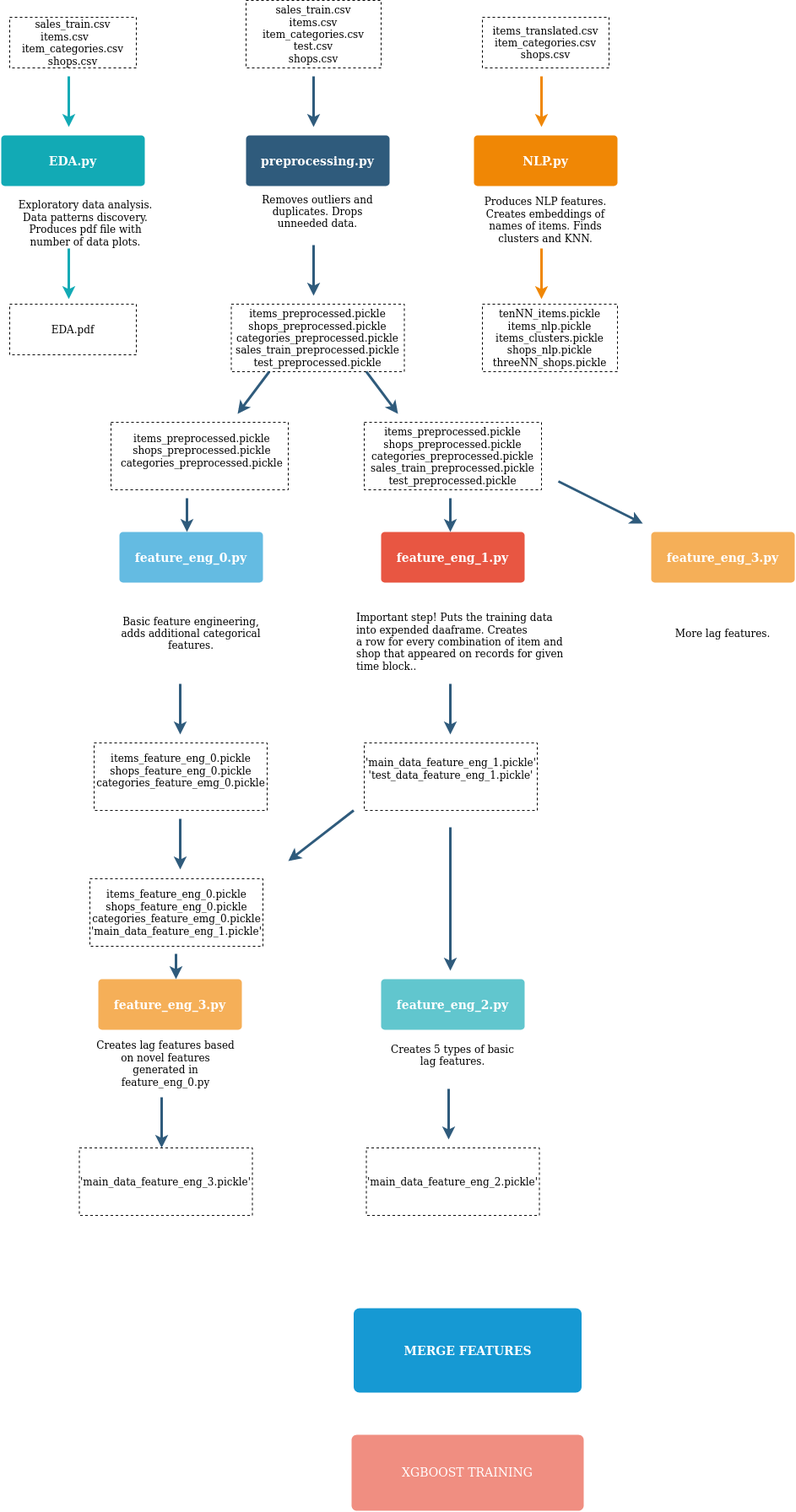
The draw.io diagram img/xgboost_graph.png in pegasus-isi/predict-future-sales-workflow, before a commit. Source tidied: cells renumbered, new cells last; positions are measured from the earlier drawing's top-left corner, leaving out a move shared by most shapes.
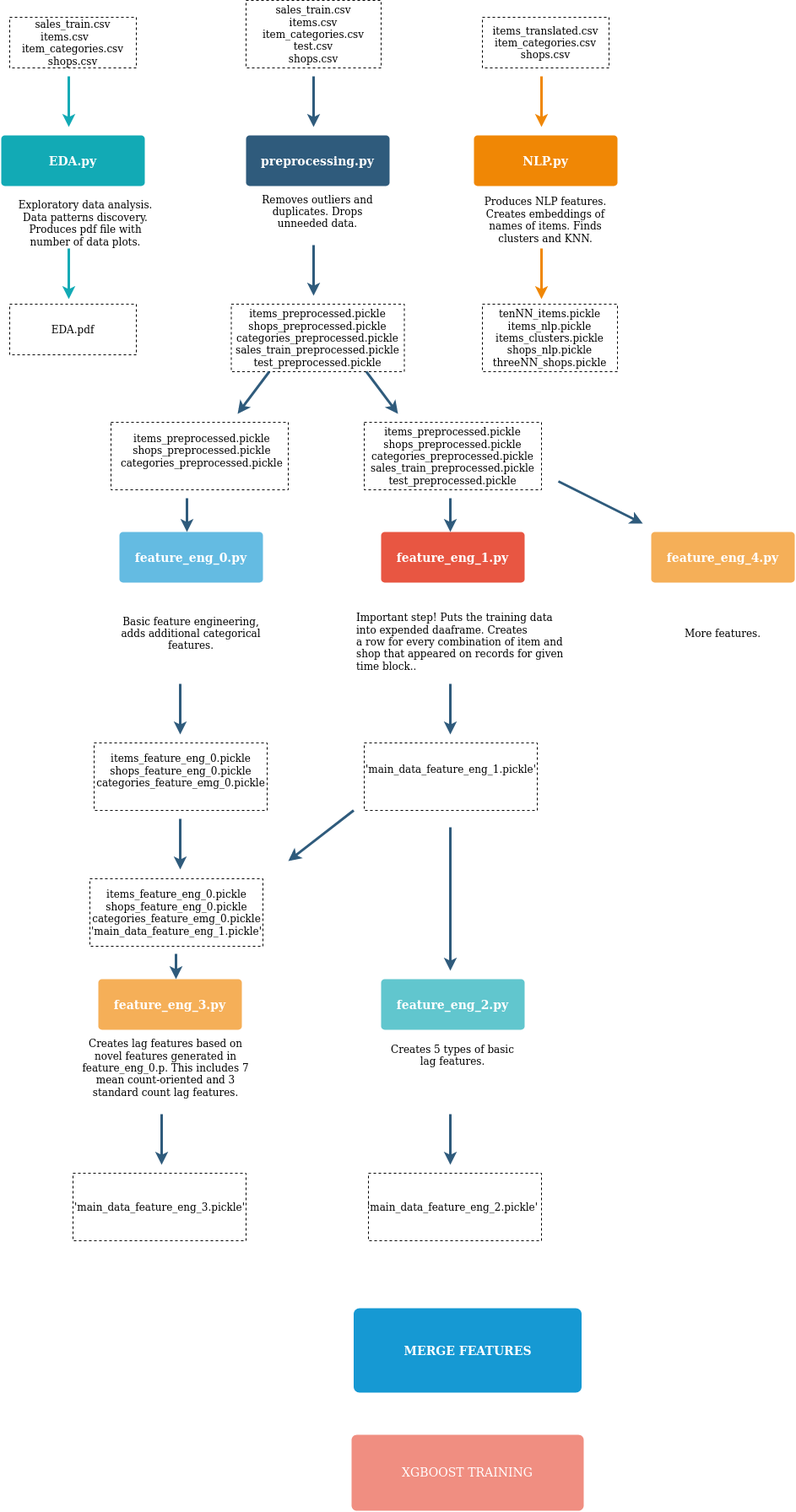
Later version of the same file.

Commit message:
adds mean lag featues

Change to the diagram source:
```diff
@@ -140,7 +140,7 @@
     <mxCell id="38" style="rounded=0;whiteSpace=wrap;html=1;fillColor=#FFFFFF;dashed=1;" parent="1" vertex="1">
       <mxGeometry x="430" y="880" width="205" height="80" as="geometry" />
     </mxCell>
-    <mxCell id="39" value="&lt;div align=&quot;center&quot;&gt;'main_data_feature_eng_1.pickle' 'test_data_feature_eng_1.pickle'&lt;br&gt;&lt;br&gt;&lt;br&gt;&lt;/div&gt;" style="text;html=1;strokeColor=none;fillColor=none;align=center;verticalAlign=middle;whiteSpace=wrap;rounded=0;" parent="1" vertex="1">
+    <mxCell id="39" value="&lt;div align=&quot;center&quot;&gt;'main_data_feature_eng_1.pickle' &lt;br&gt;&lt;br&gt;&lt;br&gt;&lt;/div&gt;" style="text;html=1;strokeColor=none;fillColor=none;align=center;verticalAlign=middle;whiteSpace=wrap;rounded=0;" parent="1" vertex="1">
       <mxGeometry x="417.5" y="890" width="230" height="70" as="geometry" />
     </mxCell>
     <mxCell id="40" style="edgeStyle=none;rounded=1;jumpStyle=none;html=1;shadow=0;labelBackgroundColor=none;startArrow=none;startFill=0;jettySize=auto;orthogonalLoop=1;strokeColor=#2F5B7C;strokeWidth=3;fontFamily=Helvetica;fontSize=14;fontColor=#FFFFFF;spacing=5;fontStyle=1;fillColor=#b0e3e6;" parent="1" edge="1">
@@ -173,19 +173,19 @@
       </mxGeometry>
     </mxCell>
     <mxCell id="46" style="rounded=0;whiteSpace=wrap;html=1;fillColor=#FFFFFF;dashed=1;" parent="1" vertex="1">
-      <mxGeometry x="432.5" y="1360" width="205" height="80" as="geometry" />
+      <mxGeometry x="435" y="1390" width="205" height="80" as="geometry" />
     </mxCell>
     <mxCell id="47" value="&lt;div align=&quot;center&quot;&gt;'main_data_feature_eng_2.pickle'&lt;br&gt;&lt;/div&gt;" style="text;html=1;strokeColor=none;fillColor=none;align=center;verticalAlign=middle;whiteSpace=wrap;rounded=0;" parent="1" vertex="1">
-      <mxGeometry x="420" y="1360" width="230" height="80" as="geometry" />
+      <mxGeometry x="420" y="1390" width="230" height="80" as="geometry" />
     </mxCell>
     <mxCell id="48" style="edgeStyle=none;rounded=1;jumpStyle=none;html=1;shadow=0;labelBackgroundColor=none;startArrow=none;startFill=0;jettySize=auto;orthogonalLoop=1;strokeColor=#2F5B7C;strokeWidth=3;fontFamily=Helvetica;fontSize=14;fontColor=#FFFFFF;spacing=5;fontStyle=1;fillColor=#b0e3e6;" parent="1" edge="1">
       <mxGeometry relative="1" as="geometry">
-        <mxPoint x="530" y="1290" as="sourcePoint" />
-        <mxPoint x="530" y="1350" as="targetPoint" />
+        <mxPoint x="532" y="1320" as="sourcePoint" />
+        <mxPoint x="532" y="1380" as="targetPoint" />
       </mxGeometry>
     </mxCell>
-    <mxCell id="49" value="Creates lag features based on novel features generated in feature_eng_0.py" style="text;html=1;strokeColor=none;fillColor=none;align=center;verticalAlign=middle;whiteSpace=wrap;rounded=0;" parent="1" vertex="1">
-      <mxGeometry x="110" y="1230" width="170" height="60" as="geometry" />
+    <mxCell id="49" value="Creates lag features based on novel features generated in feature_eng_0.p. This includes 7 mean count-oriented and 3 standard count lag features. " style="text;html=1;strokeColor=none;fillColor=none;align=center;verticalAlign=middle;whiteSpace=wrap;rounded=0;" parent="1" vertex="1">
+      <mxGeometry x="95" y="1230" width="200" height="70" as="geometry" />
     </mxCell>
     <mxCell id="50" value="feature_eng_3.py" style="rounded=1;whiteSpace=wrap;html=1;shadow=0;labelBackgroundColor=none;strokeColor=none;strokeWidth=3;fillColor=#F5AF58;fontFamily=Helvetica;fontSize=14;fontColor=#FFFFFF;align=center;spacing=5;fontStyle=1;arcSize=7;perimeterSpacing=2;" parent="1" vertex="1">
       <mxGeometry x="115" y="1160" width="170" height="60" as="geometry" />
@@ -198,8 +198,8 @@
     </mxCell>
     <mxCell id="52" style="edgeStyle=none;rounded=1;jumpStyle=none;html=1;shadow=0;labelBackgroundColor=none;startArrow=none;startFill=0;jettySize=auto;orthogonalLoop=1;strokeColor=#2F5B7C;strokeWidth=3;fontFamily=Helvetica;fontSize=14;fontColor=#FFFFFF;spacing=5;fontStyle=1;fillColor=#b0e3e6;" parent="1" edge="1">
       <mxGeometry relative="1" as="geometry">
-        <mxPoint x="190" y="1300" as="sourcePoint" />
-        <mxPoint x="190" y="1360" as="targetPoint" />
+        <mxPoint x="190" y="1320" as="sourcePoint" />
+        <mxPoint x="190" y="1380" as="targetPoint" />
       </mxGeometry>
     </mxCell>
     <mxCell id="53" style="rounded=0;whiteSpace=wrap;html=1;fillColor=#FFFFFF;dashed=1;" parent="1" vertex="1">
@@ -229,7 +229,7 @@
         <mxPoint x="207" y="1160" as="targetPoint" />
       </mxGeometry>
     </mxCell>
-    <mxCell id="60" value="feature_eng_3.py" style="rounded=1;whiteSpace=wrap;html=1;shadow=0;labelBackgroundColor=none;strokeColor=none;strokeWidth=3;fillColor=#F5AF58;fontFamily=Helvetica;fontSize=14;fontColor=#FFFFFF;align=center;spacing=5;fontStyle=1;arcSize=7;perimeterSpacing=2;" parent="1" vertex="1">
+    <mxCell id="60" value="feature_eng_4.py" style="rounded=1;whiteSpace=wrap;html=1;shadow=0;labelBackgroundColor=none;strokeColor=none;strokeWidth=3;fillColor=#F5AF58;fontFamily=Helvetica;fontSize=14;fontColor=#FFFFFF;align=center;spacing=5;fontStyle=1;arcSize=7;perimeterSpacing=2;" parent="1" vertex="1">
       <mxGeometry x="770" y="630" width="170" height="60" as="geometry" />
     </mxCell>
     <mxCell id="61" style="edgeStyle=none;rounded=1;jumpStyle=none;html=1;shadow=0;labelBackgroundColor=none;startArrow=none;startFill=0;jettySize=auto;orthogonalLoop=1;strokeColor=#2F5B7C;strokeWidth=3;fontFamily=Helvetica;fontSize=14;fontColor=#FFFFFF;spacing=5;fontStyle=1;fillColor=#b0e3e6;" parent="1" edge="1">
@@ -238,14 +238,14 @@
         <mxPoint x="760" y="620" as="targetPoint" />
       </mxGeometry>
     </mxCell>
-    <mxCell id="62" value="More lag features." style="text;html=1;strokeColor=none;fillColor=none;align=center;verticalAlign=middle;whiteSpace=wrap;rounded=0;" parent="1" vertex="1">
+    <mxCell id="62" value="More features." style="text;html=1;strokeColor=none;fillColor=none;align=center;verticalAlign=middle;whiteSpace=wrap;rounded=0;" parent="1" vertex="1">
       <mxGeometry x="770" y="720" width="170" height="60" as="geometry" />
     </mxCell>
     <mxCell id="63" style="rounded=0;whiteSpace=wrap;html=1;dashed=1;fillColor=#FFFFFF;" parent="1" vertex="1">
-      <mxGeometry x="92.5" y="1360" width="205" height="80" as="geometry" />
+      <mxGeometry x="85" y="1390" width="205" height="80" as="geometry" />
     </mxCell>
     <mxCell id="64" value="&lt;div align=&quot;center&quot;&gt;'main_data_feature_eng_3.pickle'&lt;br&gt;&lt;/div&gt;" style="text;html=1;strokeColor=none;fillColor=none;align=center;verticalAlign=middle;whiteSpace=wrap;rounded=0;" parent="1" vertex="1">
-      <mxGeometry x="80" y="1360" width="230" height="80" as="geometry" />
+      <mxGeometry x="72.5" y="1390" width="230" height="80" as="geometry" />
     </mxCell>
   </root>
 </mxGraphModel>
```
